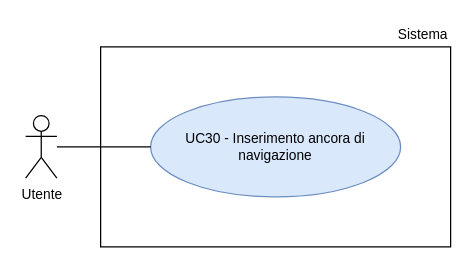
Earlier version of the draw.io diagram RTB/doc_esterna/analisi-dei-requisiti/assets/draw.io/UC30.drawio (thebitless-group-swe/thebitless.github.io). Source tidied: cells renumbered, new cells numbered last; positions are measured from the earlier drawing's top-left corner, leaving out a move shared by most shapes. Both pictures are drawn from the tidied source at 125%, with x=0, y=0 at pixel (25, 21).
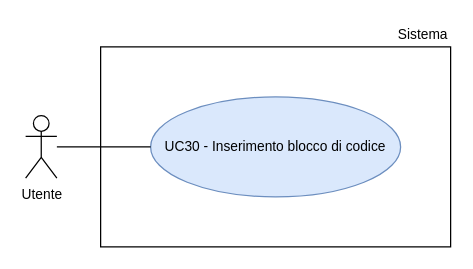
The same page after the edit.

The edit, as a diff of the source:
```diff
@@
 <mxGraphModel>
   <root>
     <mxCell id="0" />
     <mxCell id="1" parent="0" />
     <mxCell id="2" value="Utente" style="shape=umlActor;verticalLabelPosition=bottom;verticalAlign=top;html=1;outlineConnect=0;fontSize=11;" parent="1" vertex="1">
       <mxGeometry y="75" width="25" height="50" as="geometry" />
     </mxCell>
     <mxCell id="3" style="rounded=0;whiteSpace=wrap;html=1;strokeWidth=1;" parent="1" vertex="1">
       <mxGeometry x="60" y="20" width="280" height="160" as="geometry" />
     </mxCell>
     <mxCell id="4" value="Sistema" style="text;html=1;whiteSpace=wrap;strokeColor=none;fillColor=none;align=right;verticalAlign=middle;fontSize=11;" parent="1" vertex="1">
       <mxGeometry x="270" width="70" height="20" as="geometry" />
     </mxCell>
-    <mxCell id="5" value="UC30 - Inserimento ancora di navigazione" style="ellipse;whiteSpace=wrap;html=1;fillColor=#dae8fc;strokeColor=#6c8ebf;fontSize=11;" parent="1" vertex="1">
+    <mxCell id="5" value="UC30 - Inserimento blocco di codice" style="ellipse;whiteSpace=wrap;html=1;fillColor=#dae8fc;strokeColor=#6c8ebf;fontSize=11;" parent="1" vertex="1">
       <mxGeometry x="100" y="60" width="200" height="80" as="geometry" />
     </mxCell>
     <mxCell id="6" style="edgeStyle=none;rounded=0;jettySize=auto;html=1;endArrow=none;endFill=0;" parent="1" edge="1" source="2" target="5">
       <mxGeometry relative="1" as="geometry" />
     </mxCell>
   </root>
 </mxGraphModel>
```
